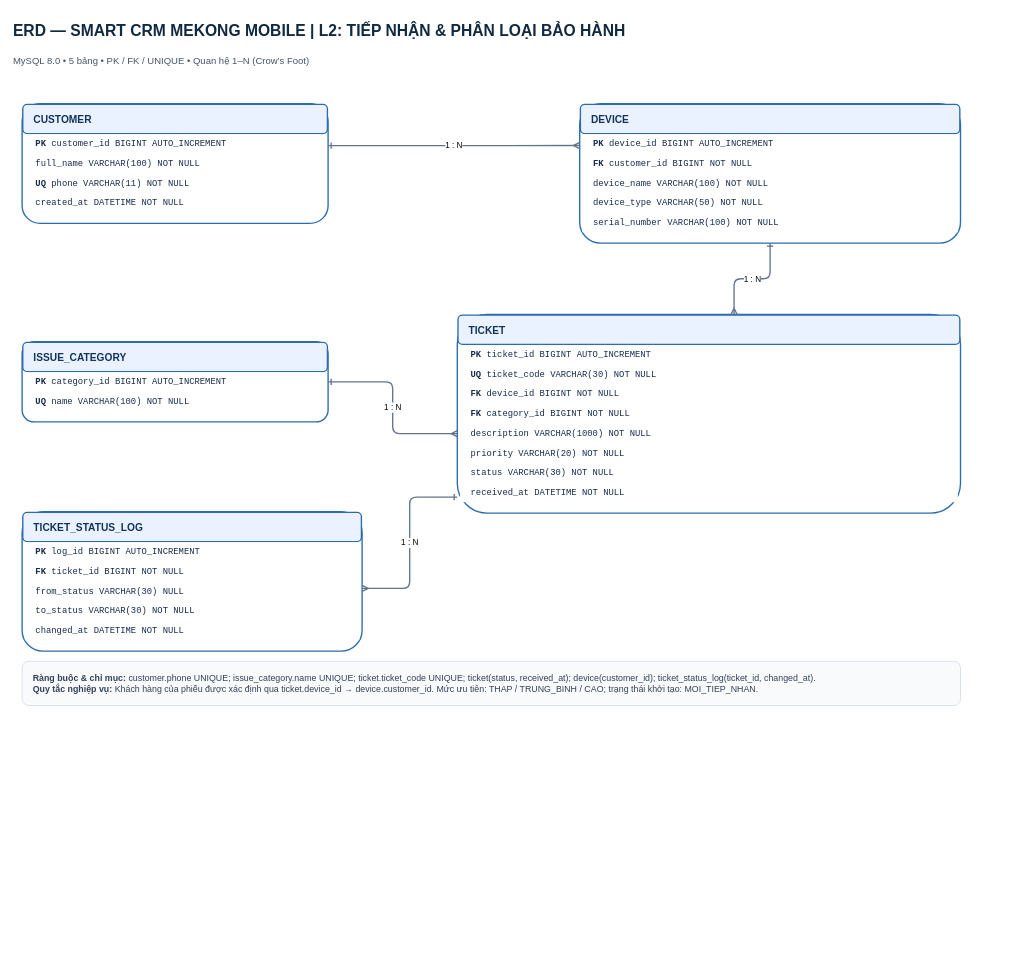
Above: docs/erd.drawio in biuly1104/cdtn1-nguyenducphuoc-l2 (draw.io), before the change. Source tidied: cells renumbered, new cells numbered last; positions are measured from the earlier drawing's top-left corner, leaving out a move shared by most shapes. Both pictures are drawn from the tidied source at 68%, with x=0, y=0 at pixel (12, 12).
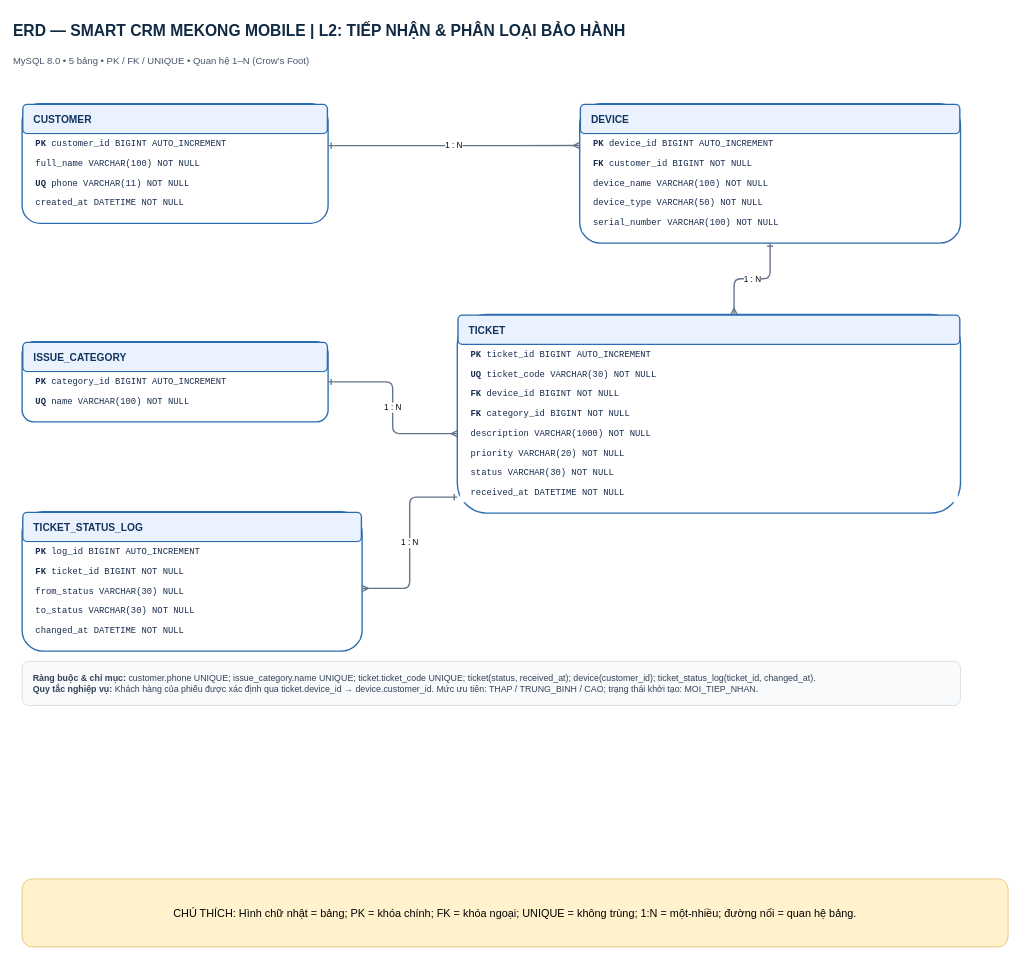
After the change.

Diff of the diagram source:
```diff
@@
+    <mxCell id="43" value="CHÚ THÍCH: Hình chữ nhật = bảng; PK = khóa chính; FK = khóa ngoại; UNIQUE = không trùng; 1:N = một-nhiều; đường nối = quan hệ bảng." style="rounded=1;whiteSpace=wrap;html=1;fillColor=#fff2cc;strokeColor=#d6b656;fontSize=16;" parent="1" vertex="1">
+      <mxGeometry x="15" y="1275" width="1450" height="100" as="geometry" />
+    </mxCell>
```
